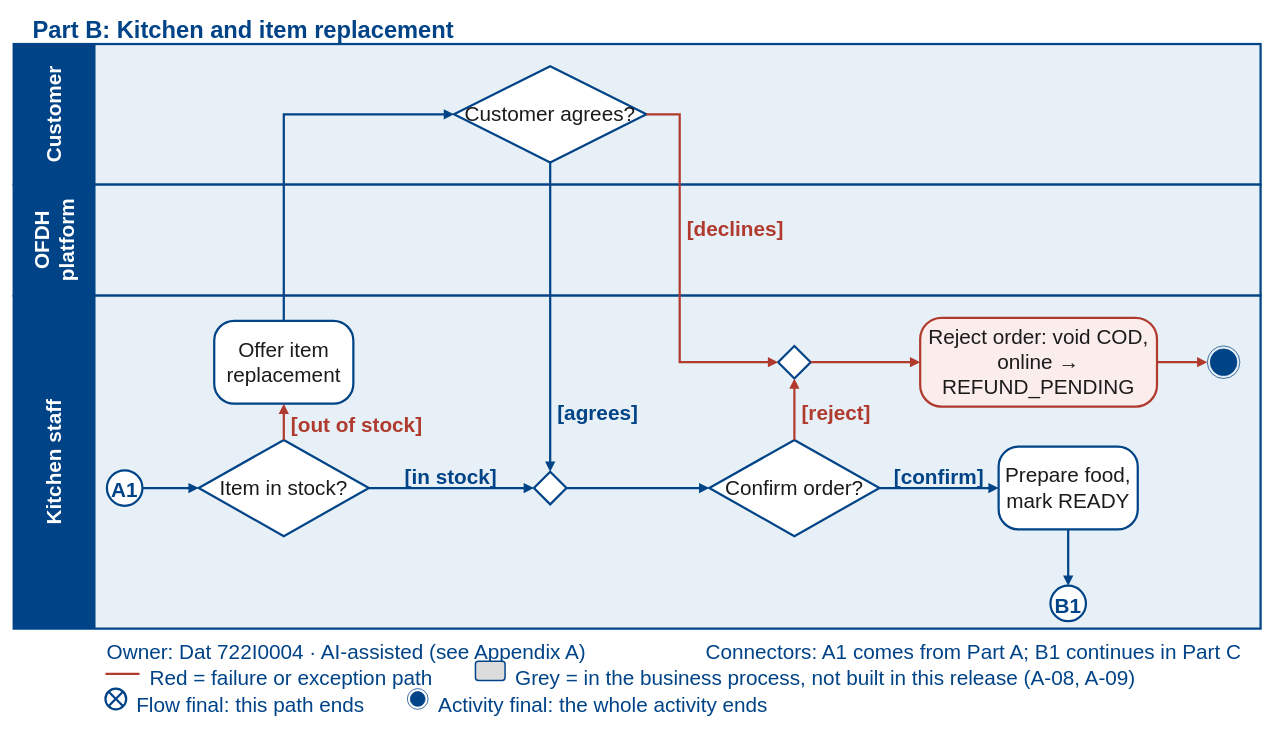
Before: page "Part B" (3 of 6) of docs/part1/models/SaigonBite_Business_Process.drawio in Dat071104/SaigonBite, a draw.io diagram. Source tidied: cells renumbered, new cells numbered last; positions are measured from the earlier drawing's top-left corner, leaving out a move shared by most shapes. Both pictures are drawn from the tidied source at 74%, with x=0, y=0 at pixel (13, 13).
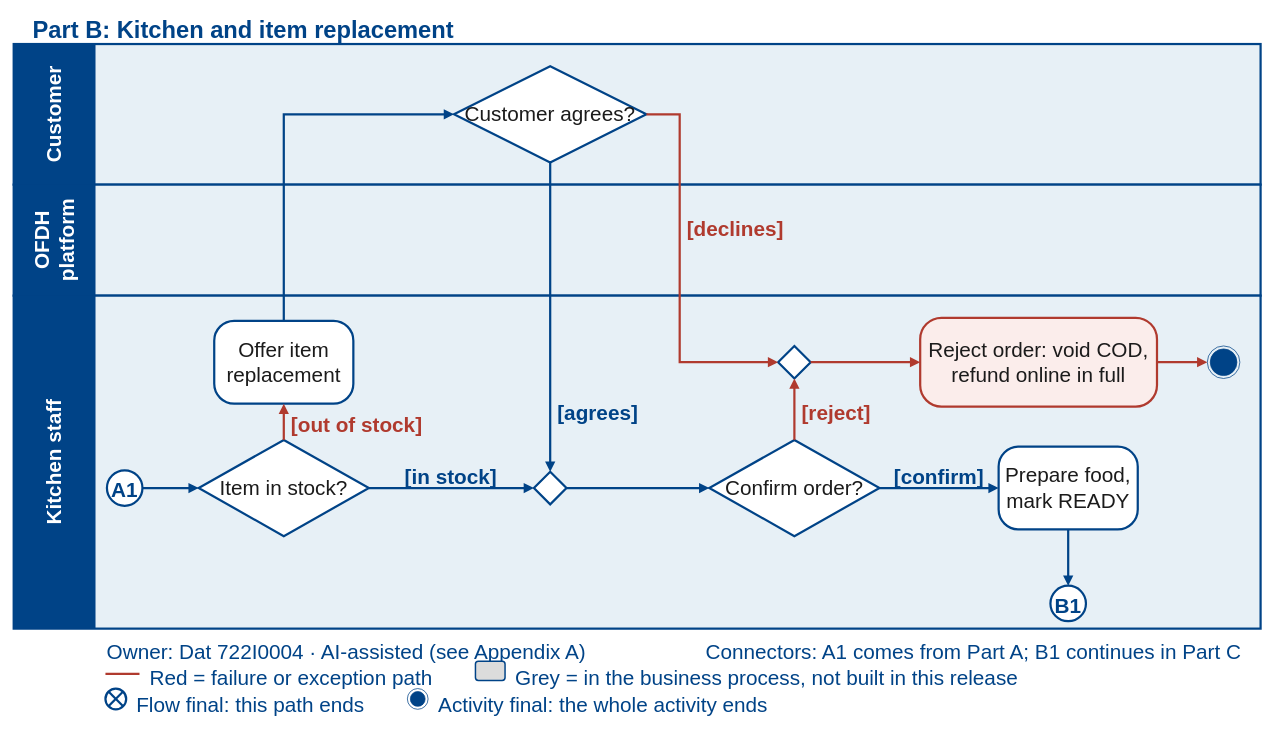
The same diagram, later.

Commit message (it also covers changes not shown here):
Update Part 1 package: team of three, consistent refund and cancel rules, I1 results as of 20/10

Diff of the diagram source:
```diff
@@
-    <mxCell id="15" value="Reject order: void COD, online → REFUND_PENDING" style="rounded=1;arcSize=24;whiteSpace=wrap;html=0;fillColor=#FBEDEB;strokeColor=#B03A2E;strokeWidth=3;fontColor=#1B1B1B;fontSize=28;" parent="1" vertex="1">
+    <mxCell id="15" value="Reject order: void COD, refund online in full" style="rounded=1;arcSize=24;whiteSpace=wrap;html=0;fillColor=#FBEDEB;strokeColor=#B03A2E;strokeWidth=3;fontColor=#1B1B1B;fontSize=28;" parent="1" vertex="1">
       <mxGeometry x="1225" y="412" width="320" height="120" as="geometry" />
     </mxCell>
@@
-    <mxCell id="43" value="Grey = in the business process, not built in this release (A-08, A-09)" style="text;html=0;align=left;verticalAlign=middle;strokeColor=none;fillColor=none;fontSize=28;fontColor=#004387;" parent="1" vertex="1">
-      <mxGeometry x="676" y="880" width="848" height="32" as="geometry" />
+    <mxCell id="43" value="Grey = in the business process, not built in this release" style="text;html=0;align=left;verticalAlign=middle;strokeColor=none;fillColor=none;fontSize=28;fontColor=#004387;" parent="1" vertex="1">
+      <mxGeometry x="676" y="880" width="690" height="32" as="geometry" />
     </mxCell>
```
